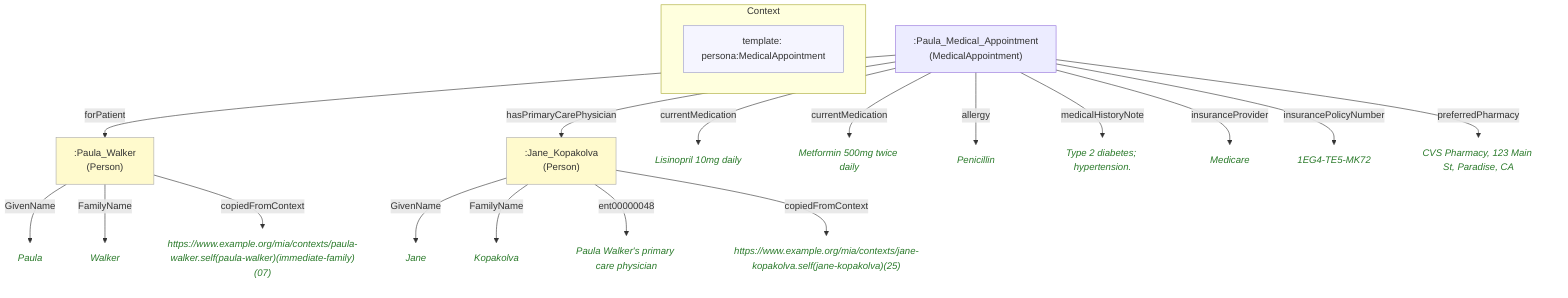
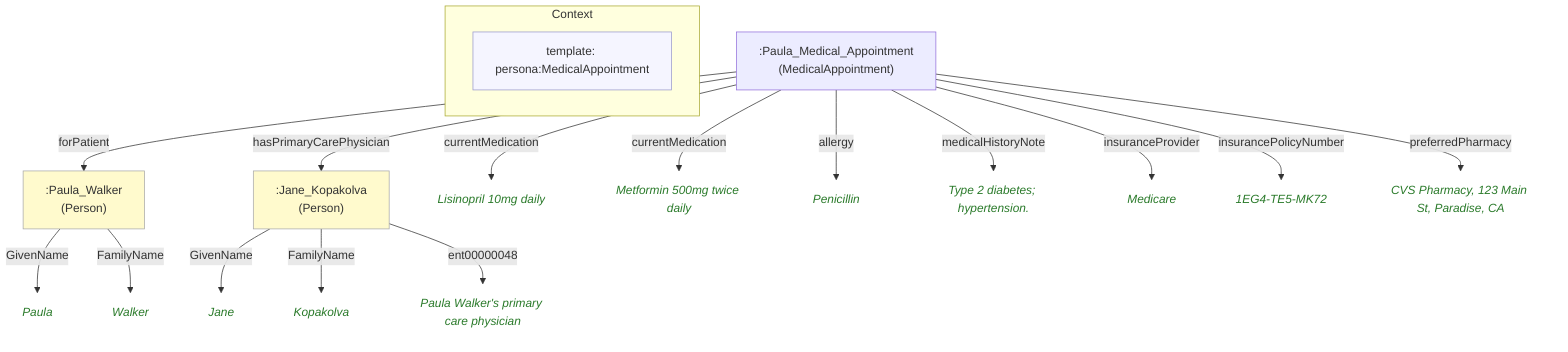
flowchart TD
    classDef person fill:#fffacd,stroke:#aaa,color:#333
    classDef grp    fill:#d4edda,stroke:#aaa,color:#333
    classDef org    fill:#cce5ff,stroke:#aaa,color:#333
    classDef lit    fill:none,stroke:none,font-style:italic,color:#2a7a2a
    classDef meta   fill:#f5f5ff,stroke:#9999cc,color:#333

    subgraph ctx["Context"]
        direction LR
        ctx_meta["template: persona:MedicalAppointment"]:::meta
    end

    naf30988316a0[":Jane_Kopakolva\n(Person)"]:::person
-     naaa9d4c22ddf("Jane"):::lit
-     nff001e4f88c6("Kopakolva"):::lit
-     nbb5efde7e84c("Paula Walker's primary care physician"):::lit
-     nee24b79cc0b6("https://www.example.org/mia/contexts/jane-kopakolva.self(jane-kopakolva)(25)"):::lit
+     n22f2ce0990d0("Jane"):::lit
+     n3707161d548d("Kopakolva"):::lit
+     nac21d6f4dea0("Paula Walker's primary care physician"):::lit
    n9c0041903ee1[":Paula_Medical_Appointment\n(MedicalAppointment)"]
    nf4296ab13de4[":Paula_Walker\n(Person)"]:::person
    nd3d68245abd1("Lisinopril 10mg daily"):::lit
    n75726e1c0322("Metformin 500mg twice daily"):::lit
    n7461808b07a8("Penicillin"):::lit
    n798c153b9d63("Type 2 diabetes; hypertension."):::lit
    nb048c127c644("Medicare"):::lit
    nd767c2e2c89d("1EG4-TE5-MK72"):::lit
    nfb1be0ec8e6d("CVS Pharmacy, 123 Main St, Paradise, CA"):::lit
-     n9225a2c49498("Paula"):::lit
-     n74ae70a7f31c("Walker"):::lit
-     n431bdc7d334e("https://www.example.org/mia/contexts/paula-walker.self(paula-walker)(immediate-family)(07)"):::lit
+     na4516adf7e4f("Paula"):::lit
+     nd622411f15b2("Walker"):::lit

-     naf30988316a0 -->|"GivenName"| naaa9d4c22ddf
-     naf30988316a0 -->|"FamilyName"| nff001e4f88c6
-     naf30988316a0 -->|"ent00000048"| nbb5efde7e84c
-     naf30988316a0 -->|"copiedFromContext"| nee24b79cc0b6
+     naf30988316a0 -->|"GivenName"| n22f2ce0990d0
+     naf30988316a0 -->|"FamilyName"| n3707161d548d
+     naf30988316a0 -->|"ent00000048"| nac21d6f4dea0
    n9c0041903ee1 -->|"forPatient"| nf4296ab13de4
    n9c0041903ee1 -->|"hasPrimaryCarePhysician"| naf30988316a0
    n9c0041903ee1 -->|"currentMedication"| nd3d68245abd1
    n9c0041903ee1 -->|"currentMedication"| n75726e1c0322
    n9c0041903ee1 -->|"allergy"| n7461808b07a8
    n9c0041903ee1 -->|"medicalHistoryNote"| n798c153b9d63
    n9c0041903ee1 -->|"insuranceProvider"| nb048c127c644
    n9c0041903ee1 -->|"insurancePolicyNumber"| nd767c2e2c89d
    n9c0041903ee1 -->|"preferredPharmacy"| nfb1be0ec8e6d
-     nf4296ab13de4 -->|"GivenName"| n9225a2c49498
-     nf4296ab13de4 -->|"FamilyName"| n74ae70a7f31c
-     nf4296ab13de4 -->|"copiedFromContext"| n431bdc7d334e
+     nf4296ab13de4 -->|"GivenName"| na4516adf7e4f
+     nf4296ab13de4 -->|"FamilyName"| nd622411f15b2
